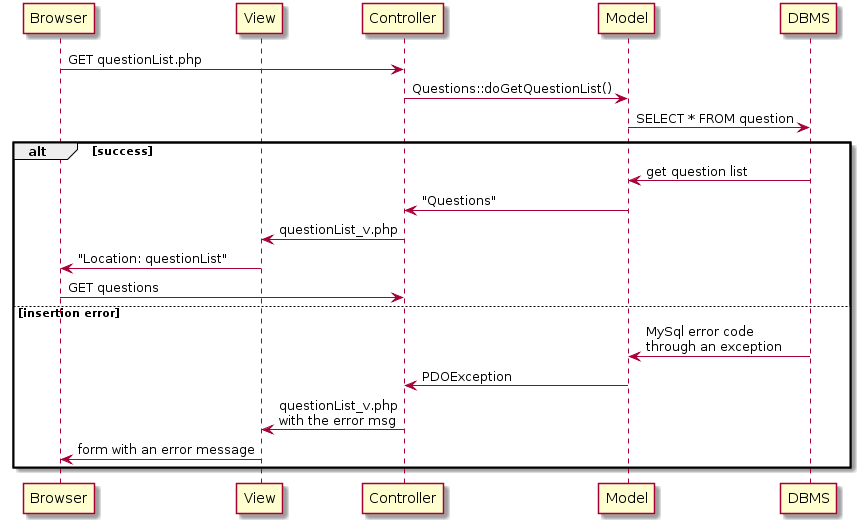
gabrielgch96/SQL_EvaluationSystem keeps this PlantUML diagram as docs/list_question_sequence_diagram.png. Above is the earlier version. The source it was exported from:
```plantuml
@startuml
participant Browser
participant View

Browser -> Controller: GET questionList.php
Controller -> Model: Questions::doGetQuestionList()
Model -> DBMS: SELECT * FROM question

alt success
DBMS -> Model: get question list
Model -> Controller: "Questions"
Controller -> View: questionList_v.php
View -> Browser: "Location: questionList"
Browser -> Controller: GET questions

else insertion error
DBMS -> Model: MySql error code\nthrough an exception
Model -> Controller: PDOException
Controller -> View: questionList_v.php\nwith the error msg
View -> Browser: form with an error message
end
@enduml
```
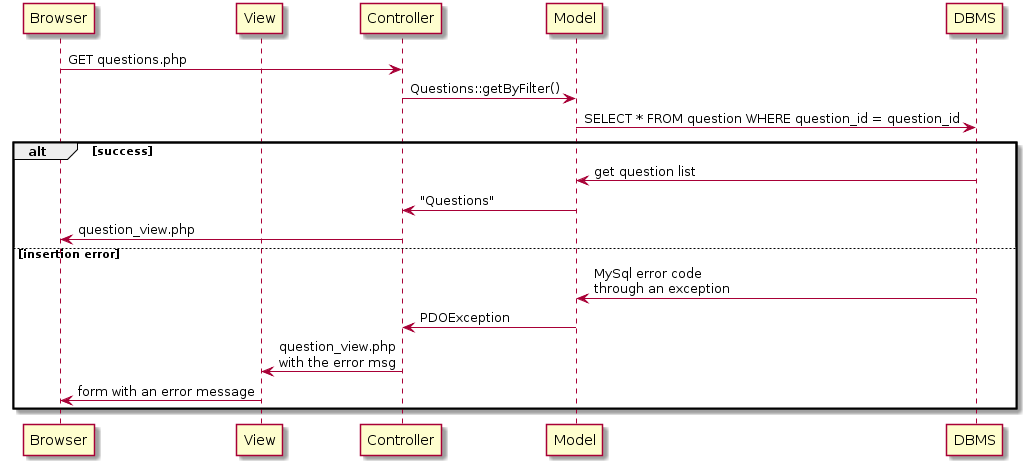
Above is the later version.

Commit message:
Change sequence diagram for questions and quizs

Change to the diagram source:
```diff
@@ -2,21 +2,19 @@
 participant Browser
 participant View
 
-Browser -> Controller: GET questionList.php
-Controller -> Model: Questions::doGetQuestionList()
-Model -> DBMS: SELECT * FROM question
+Browser -> Controller: GET questions.php
+Controller -> Model: Questions::getByFilter()
+Model -> DBMS: SELECT * FROM question WHERE question_id = question_id
 
 alt success
 DBMS -> Model: get question list
 Model -> Controller: "Questions"
-Controller -> View: questionList_v.php
-View -> Browser: "Location: questionList"
-Browser -> Controller: GET questions
+Controller -> Browser: question_view.php
 
 else insertion error
 DBMS -> Model: MySql error code\nthrough an exception
 Model -> Controller: PDOException
-Controller -> View: questionList_v.php\nwith the error msg
+Controller -> View: question_view.php\nwith the error msg
 View -> Browser: form with an error message
 end
 @enduml
```
